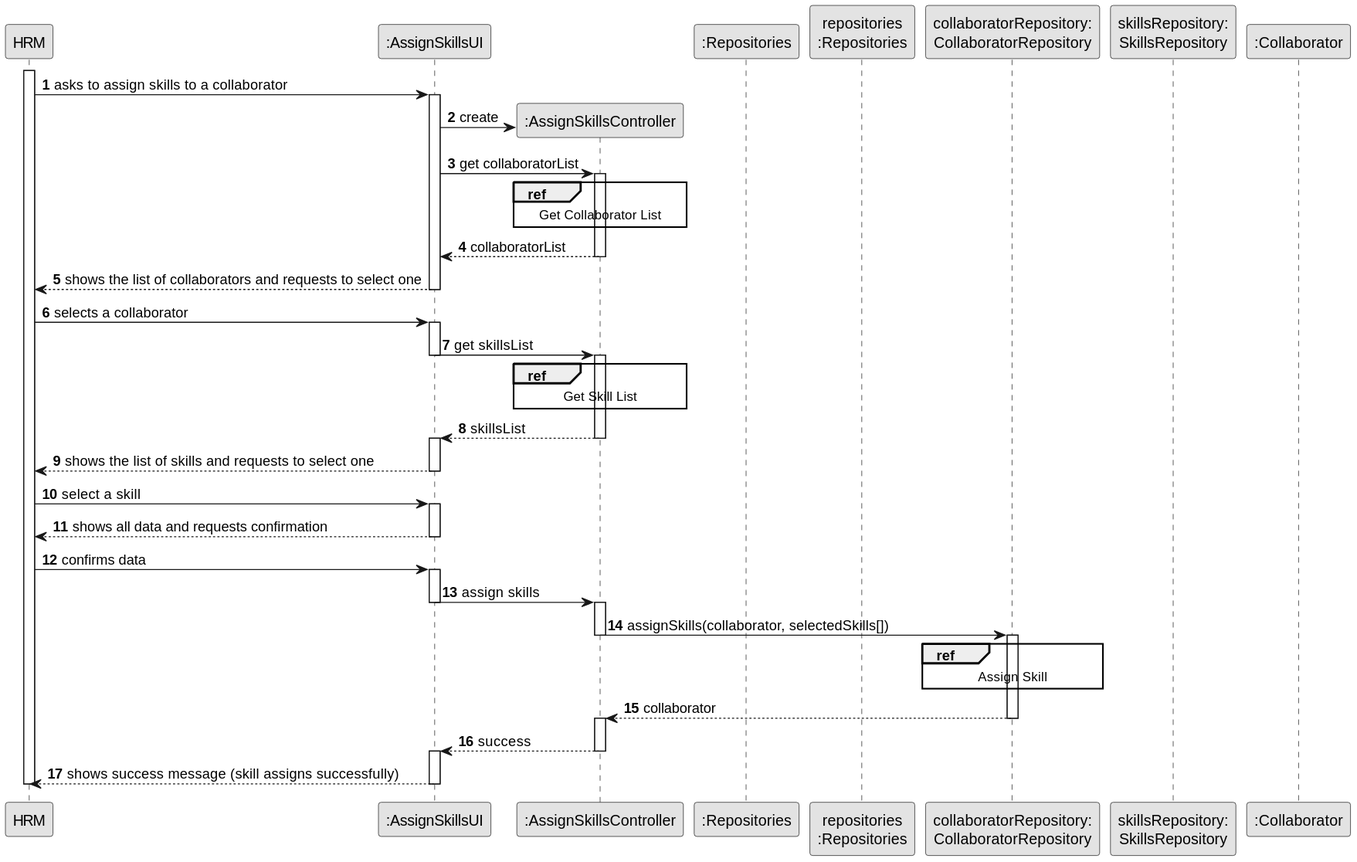
Above: docs/sprintB/us004/03.design/svg/us004-sequence-diagram-split.svg in ricardomm7/leaflink (PlantUML), before the change.
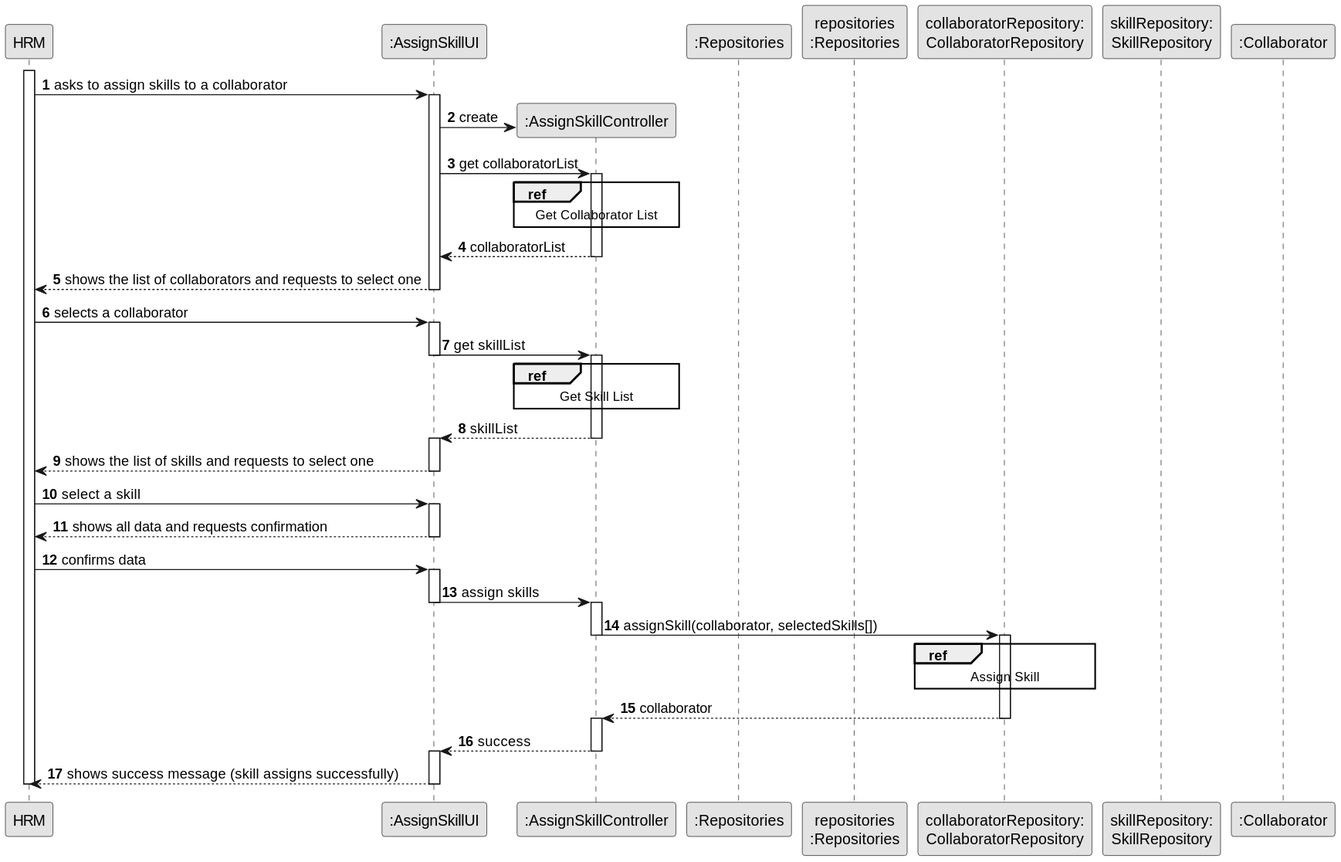
The same file after the commit.

What changed in the source:
```diff
@@ -6,12 +6,12 @@
 autonumber
 
 participant "HRM" as HRM
-participant ":AssignSkillsUI" as UI
-participant ":AssignSkillsController" as CTRL
+participant ":AssignSkillUI" as UI
+participant ":AssignSkillController" as CTRL
 participant ":Repositories" as GlobRepo
 participant "repositories\n:Repositories" as PLAT
 participant "collaboratorRepository:\nCollaboratorRepository" as CLBREP
-participant "skillsRepository:\nSkillsRepository" as skillsRepository
+participant "skillRepository:\nSkillRepository" as skillRepository
 participant ":Collaborator" as CLB
 
 
@@ -35,7 +35,7 @@
 HRM -> UI : selects a collaborator
 activate UI
 
-UI -> CTRL : get skillsList
+UI -> CTRL : get skillList
 deactivate UI
 activate CTRL
 
@@ -45,7 +45,7 @@
 
 
 
-CTRL --> UI : skillsList
+CTRL --> UI : skillList
 deactivate CTRL
 activate UI
 
@@ -66,7 +66,7 @@
 activate CTRL
 
 
-CTRL -> CLBREP : assignSkills(collaborator, selectedSkills[])
+CTRL -> CLBREP : assignSkill(collaborator, selectedSkills[])
 deactivate CTRL
 
 activate CLBREP
```
